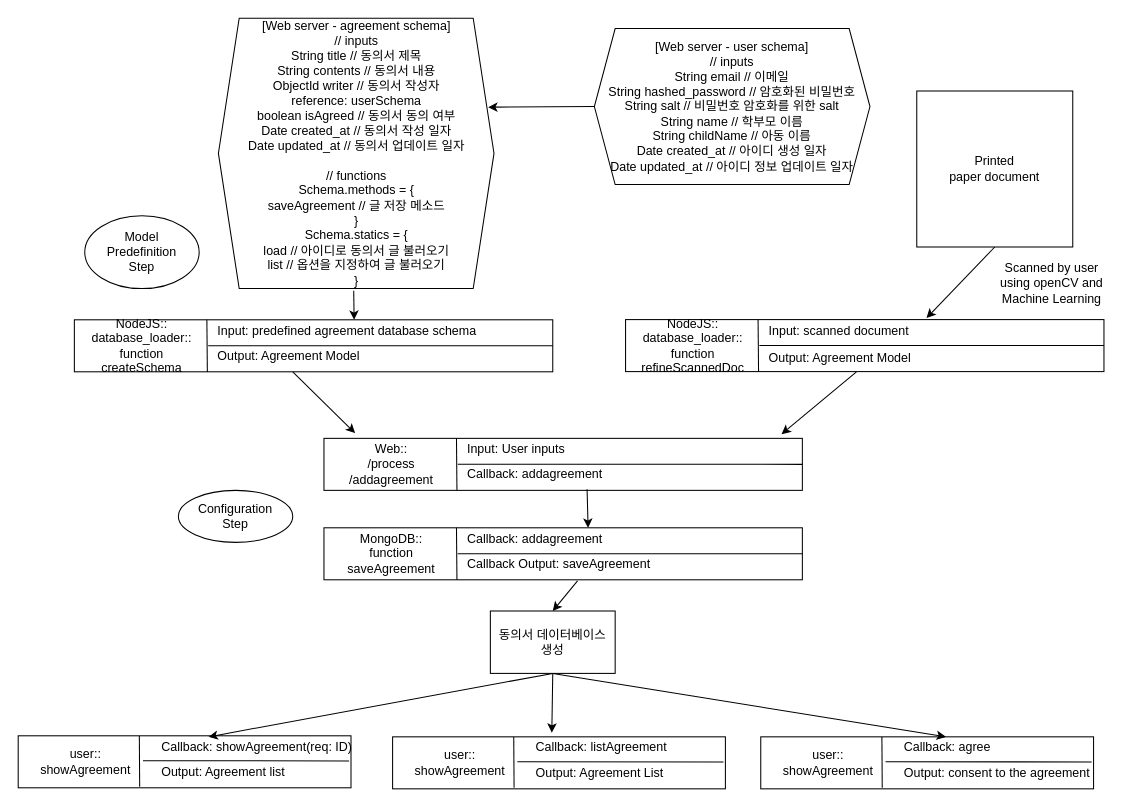
dosthcpp/My-Projects keeps this draw.io diagram as page "Page-2" (2 of 2) of Untitled Diagram.drawio. Above is the earlier version. Source tidied: cells renumbered, new cells numbered last; positions are measured from the earlier drawing's top-left corner, leaving out a move shared by most shapes. Both pictures are drawn from the tidied source at 104%, with x=0, y=0 at pixel (18, 18).
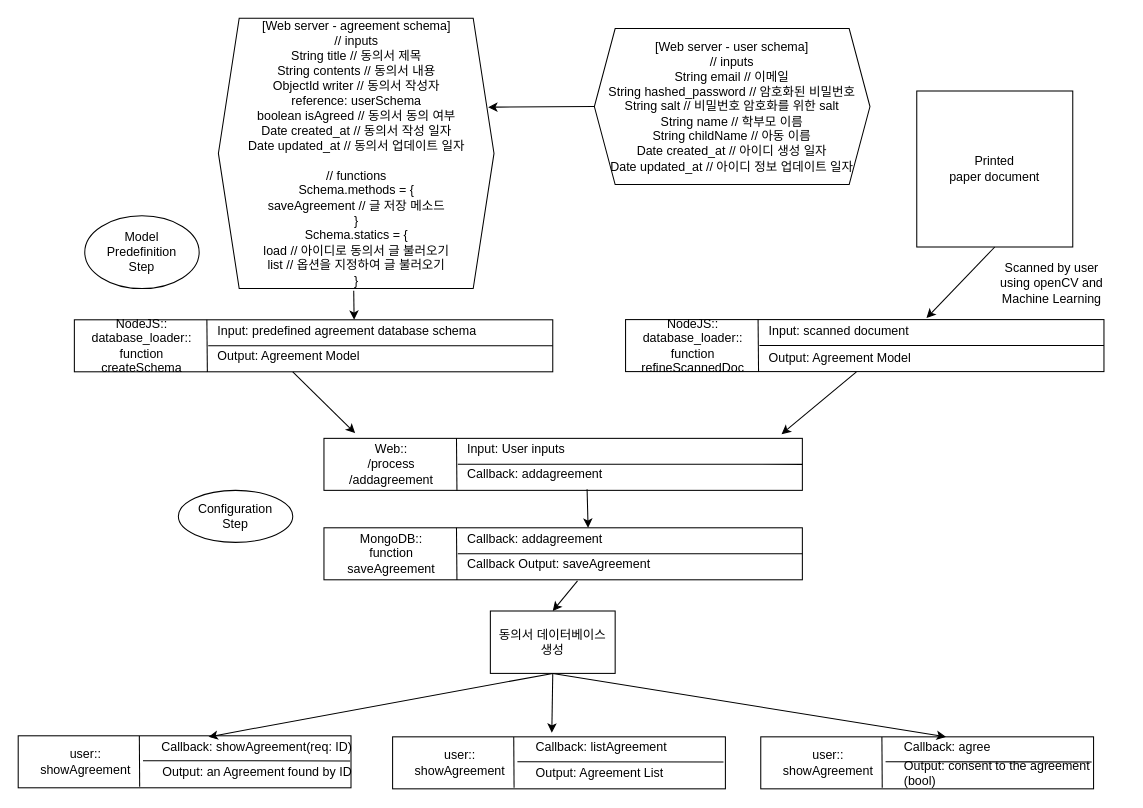
After the change.

What changed in the source:
```diff
@@
-    <mxCell id="41" value="Output: Agreement list" style="text;html=1;strokeColor=none;fillColor=none;align=left;verticalAlign=middle;whiteSpace=wrap;rounded=0;" parent="1" vertex="1">
-      <mxGeometry x="136" y="715" width="204" height="20" as="geometry" />
+    <mxCell id="41" value="Output: an Agreement found by ID" style="text;html=1;strokeColor=none;fillColor=none;align=left;verticalAlign=middle;whiteSpace=wrap;rounded=0;" parent="1" vertex="1">
+      <mxGeometry x="137" y="715" width="204" height="20" as="geometry" />
     </mxCell>
@@
-    <mxCell id="51" value="Output: consent to the agreement" style="text;html=1;strokeColor=none;fillColor=none;align=left;verticalAlign=middle;whiteSpace=wrap;rounded=0;" parent="1" vertex="1">
+    <mxCell id="51" value="Output: consent to the agreement&lt;br&gt;(bool)" style="text;html=1;strokeColor=none;fillColor=none;align=left;verticalAlign=middle;whiteSpace=wrap;rounded=0;" parent="1" vertex="1">
       <mxGeometry x="850" y="716" width="204" height="20" as="geometry" />
     </mxCell>
```
